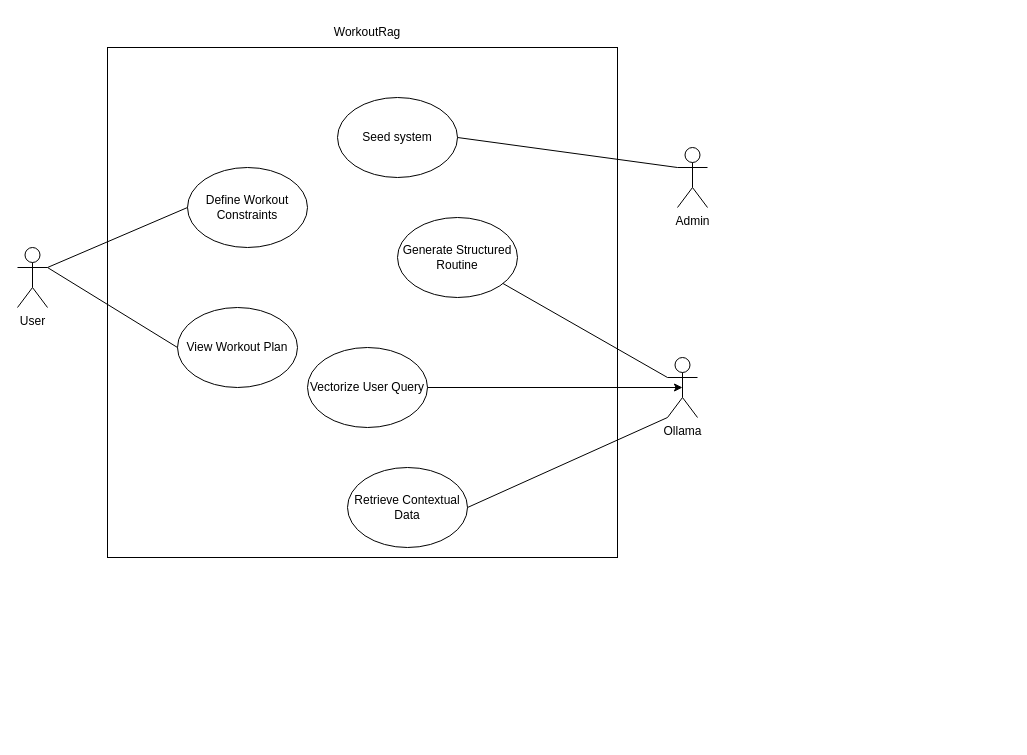
The draw.io diagram page "Usecase diagram" (1 of 5) of Diagram/Untitled Diagram.drawio in hieucao2404/WorkoutRag, before the edit. Source tidied: cells renumbered, new cells numbered last; positions are measured from the earlier drawing's top-left corner, leaving out a move shared by most shapes. Both pictures are drawn from the tidied source at 100%, with x=0, y=0 at pixel (17, 17).
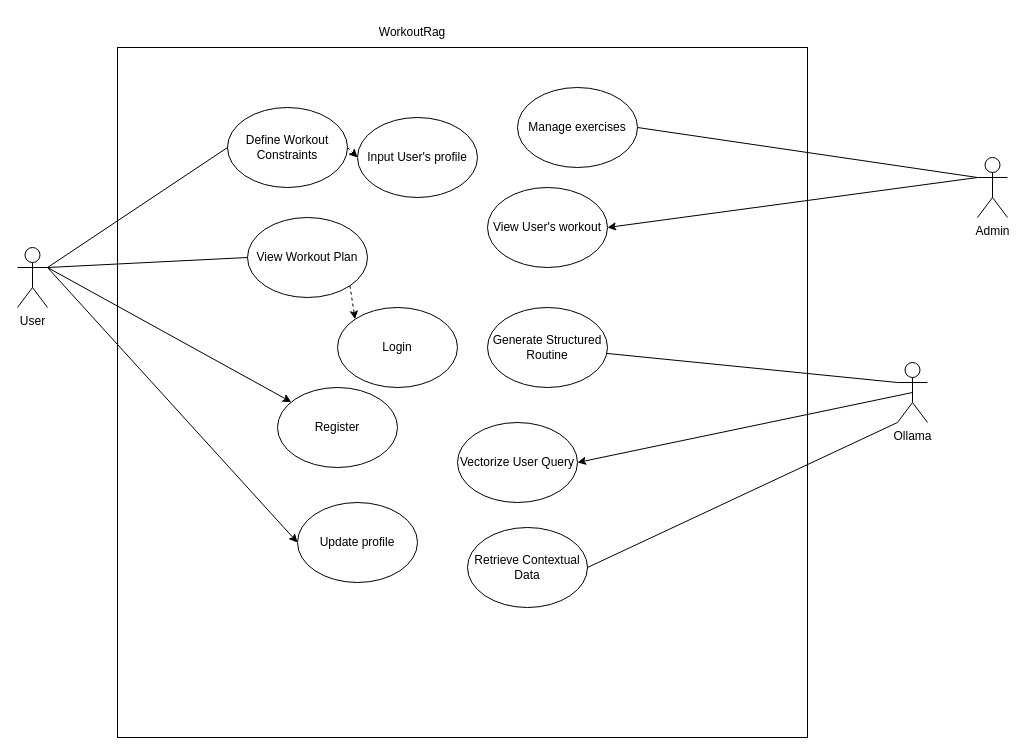
After the change.

The change refers to these unchanged cells:
```xml
<mxCell id="3" value="User&lt;div&gt;&lt;br&gt;&lt;/div&gt;" style="shape=umlActor;verticalLabelPosition=bottom;verticalAlign=top;html=1;outlineConnect=0;" parent="1" vertex="1">
  <mxGeometry y="230" width="30" height="60" as="geometry" />
</mxCell>
```

Diff of the diagram source:
```diff
@@
     <mxCell id="2" style="whiteSpace=wrap;html=1;" parent="1" vertex="1">
-      <mxGeometry x="90" y="30" width="510" height="510" as="geometry" />
+      <mxGeometry x="100" y="30" width="690" height="690" as="geometry" />
     </mxCell>
+    <mxCell id="19" style="rounded=0;jettySize=auto;html=1;exitX=1;exitY=0.3333333333333333;exitDx=0;exitDy=0;exitPerimeter=0;" parent="1" edge="1" source="3" target="26">
+      <mxGeometry relative="1" as="geometry" />
+    </mxCell>
+    <mxCell id="20" style="rounded=0;jettySize=auto;html=1;exitX=1;exitY=0.3333333333333333;exitDx=0;exitDy=0;exitPerimeter=0;entryX=0;entryY=0.5;entryDx=0;entryDy=0;" parent="1" edge="1" source="3" target="28">
+      <mxGeometry relative="1" as="geometry" />
+    </mxCell>
@@
+    <mxCell id="21" style="rounded=0;jettySize=auto;html=1;exitX=1;exitY=0.5;exitDx=0;exitDy=0;entryX=0;entryY=0.5;entryDx=0;entryDy=0;dashed=1;" parent="1" edge="1" source="4" target="29">
+      <mxGeometry relative="1" as="geometry" />
+    </mxCell>
     <mxCell id="4" value="Define Workout Constraints" style="ellipse;whiteSpace=wrap;html=1;" parent="1" vertex="1">
-      <mxGeometry x="170" y="150" width="120" height="80" as="geometry" />
+      <mxGeometry x="210" y="90" width="120" height="80" as="geometry" />
     </mxCell>
@@
+    <mxCell id="22" style="edgeStyle=orthogonalEdgeStyle;rounded=0;jettySize=auto;html=1;exitX=0;exitY=0.3333333333333333;exitDx=0;exitDy=0;exitPerimeter=0;" parent="1" edge="1" source="6">
+      <mxGeometry relative="1" as="geometry">
+        <mxPoint x="960" y="160" as="targetPoint" />
+      </mxGeometry>
+    </mxCell>
+    <mxCell id="23" style="rounded=0;jettySize=auto;html=1;exitX=0;exitY=0.3333333333333333;exitDx=0;exitDy=0;exitPerimeter=0;entryX=1;entryY=0.5;entryDx=0;entryDy=0;" parent="1" edge="1" source="6" target="30">
+      <mxGeometry relative="1" as="geometry" />
+    </mxCell>
     <mxCell id="6" value="Admin" style="shape=umlActor;verticalLabelPosition=bottom;verticalAlign=top;html=1;outlineConnect=0;" parent="1" vertex="1">
-      <mxGeometry x="660" y="130" width="30" height="60" as="geometry" />
+      <mxGeometry x="960" y="140" width="30" height="60" as="geometry" />
     </mxCell>
+    <mxCell id="24" style="rounded=0;jettySize=auto;html=1;exitX=0.5;exitY=0.5;exitDx=0;exitDy=0;exitPerimeter=0;entryX=1;entryY=0.5;entryDx=0;entryDy=0;" parent="1" edge="1" source="7" target="12">
+      <mxGeometry relative="1" as="geometry" />
+    </mxCell>
     <mxCell id="7" value="Ollama" style="shape=umlActor;verticalLabelPosition=bottom;verticalAlign=top;html=1;outlineConnect=0;" parent="1" vertex="1">
-      <mxGeometry x="650" y="340" width="30" height="60" as="geometry" />
+      <mxGeometry x="880" y="345" width="30" height="60" as="geometry" />
     </mxCell>
-    <mxCell id="8" value="Seed system" style="ellipse;whiteSpace=wrap;html=1;" parent="1" vertex="1">
-      <mxGeometry x="320" y="80" width="120" height="80" as="geometry" />
+    <mxCell id="8" value="Manage exercises" style="ellipse;whiteSpace=wrap;html=1;" parent="1" vertex="1">
+      <mxGeometry x="500" y="70" width="120" height="80" as="geometry" />
     </mxCell>
     <mxCell id="9" value="Retrieve Contextual Data" style="ellipse;whiteSpace=wrap;html=1;" parent="1" vertex="1">
-      <mxGeometry x="330" y="450" width="120" height="80" as="geometry" />
+      <mxGeometry x="450" y="510" width="120" height="80" as="geometry" />
     </mxCell>
     <mxCell id="10" value="Generate Structured Routine" style="ellipse;whiteSpace=wrap;html=1;" parent="1" vertex="1">
-      <mxGeometry x="380" y="200" width="120" height="80" as="geometry" />
+      <mxGeometry x="470" y="290" width="120" height="80" as="geometry" />
     </mxCell>
+    <mxCell id="25" style="rounded=0;jettySize=auto;html=1;exitX=1;exitY=1;exitDx=0;exitDy=0;entryX=0;entryY=0;entryDx=0;entryDy=0;dashed=1;" parent="1" edge="1" source="11" target="27">
+      <mxGeometry relative="1" as="geometry" />
+    </mxCell>
     <mxCell id="11" value="View Workout Plan" style="ellipse;whiteSpace=wrap;html=1;" parent="1" vertex="1">
-      <mxGeometry x="160" y="290" width="120" height="80" as="geometry" />
+      <mxGeometry x="230" y="200" width="120" height="80" as="geometry" />
     </mxCell>
     <mxCell id="12" value="Vectorize User Query" style="ellipse;whiteSpace=wrap;html=1;" parent="1" vertex="1">
-      <mxGeometry x="290" y="330" width="120" height="80" as="geometry" />
+      <mxGeometry x="440" y="405" width="120" height="80" as="geometry" />
     </mxCell>
@@
-    <mxCell id="14" style="edgeStyle=orthogonalEdgeStyle;rounded=0;jettySize=auto;html=1;exitX=1;exitY=0.5;exitDx=0;exitDy=0;entryX=0.5;entryY=0.5;entryDx=0;entryDy=0;entryPerimeter=0;" parent="1" edge="1" source="12" target="7">
-      <mxGeometry relative="1" as="geometry" />
-    </mxCell>
@@
     <mxCell id="18" value="WorkoutRag" style="text;html=1;whiteSpace=wrap;strokeColor=none;fillColor=none;align=center;verticalAlign=middle;rounded=0;" parent="1" vertex="1">
-      <mxGeometry x="320" width="60" height="30" as="geometry" />
+      <mxGeometry x="365" width="60" height="30" as="geometry" />
     </mxCell>
+    <mxCell id="26" value="Register" style="ellipse;whiteSpace=wrap;html=1;" parent="1" vertex="1">
+      <mxGeometry x="260" y="370" width="120" height="80" as="geometry" />
+    </mxCell>
+    <mxCell id="27" value="Login" style="ellipse;whiteSpace=wrap;html=1;" parent="1" vertex="1">
+      <mxGeometry x="320" y="290" width="120" height="80" as="geometry" />
+    </mxCell>
+    <mxCell id="28" value="Update profile" style="ellipse;whiteSpace=wrap;html=1;" parent="1" vertex="1">
+      <mxGeometry x="280" y="485" width="120" height="80" as="geometry" />
+    </mxCell>
+    <mxCell id="29" value="Input User's profile" style="ellipse;whiteSpace=wrap;html=1;" parent="1" vertex="1">
+      <mxGeometry x="340" y="100" width="120" height="80" as="geometry" />
+    </mxCell>
+    <mxCell id="30" value="View User's workout" style="ellipse;whiteSpace=wrap;html=1;" parent="1" vertex="1">
+      <mxGeometry x="470" y="170" width="120" height="80" as="geometry" />
+    </mxCell>
```
